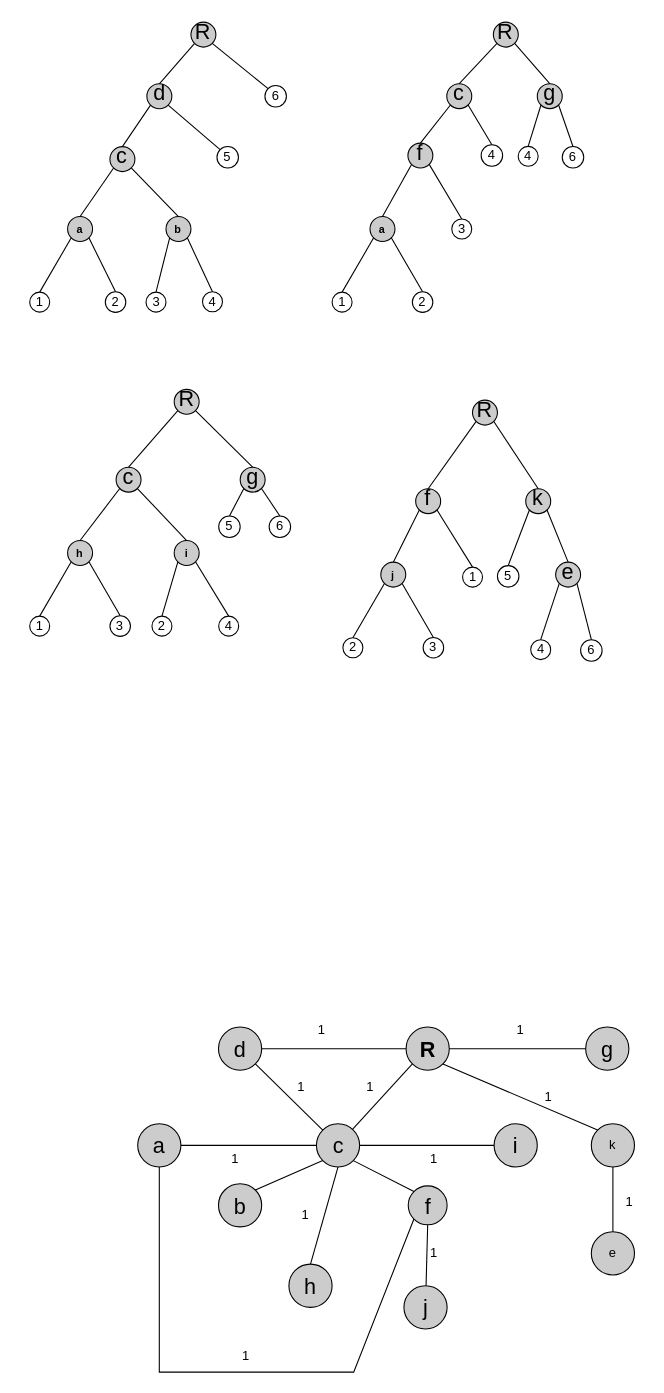
tahiri-lab/PrismTree keeps this draw.io diagram as img/Fig5.drawio. Above is the earlier version. Source tidied: cells renumbered, new cells numbered last; positions are measured from the earlier drawing's top-left corner, leaving out a move shared by most shapes. Both pictures are drawn from the tidied source at 108%, with x=0, y=0 at pixel (29, 22).
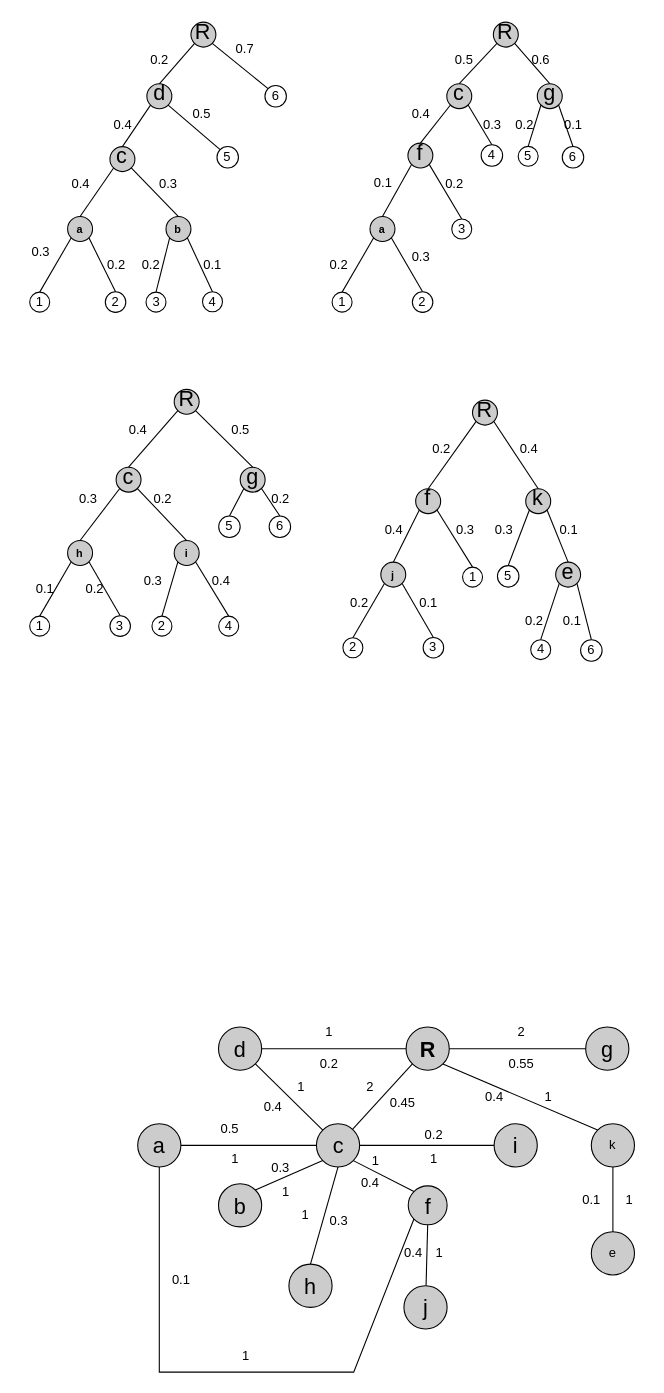
Above is the later version.

Unchanged cells that the change refers to:
```xml
<mxCell id="2" style="group;" parent="1" vertex="1">
  <mxGeometry width="240" height="270.3" as="geometry" />
</mxCell>
<mxCell id="68" style="group;" parent="1" vertex="1">
  <mxGeometry x="290" y="320" width="240" height="270.3" as="geometry" />
</mxCell>
```

Change to the diagram source:
```diff
@@
+    <mxCell id="126" value="0.3" style="text;html=1;align=center;verticalAlign=middle;strokeColor=none;fillColor=none;" parent="2" vertex="1">
+      <mxGeometry x="107.7" y="135.2" width="40" height="30" as="geometry" />
+    </mxCell>
+    <mxCell id="127" value="0.2" style="text;html=1;align=center;verticalAlign=middle;strokeColor=none;fillColor=none;" parent="2" vertex="1">
+      <mxGeometry x="59.5" y="210" width="40" height="30" as="geometry" />
+    </mxCell>
+    <mxCell id="128" value="0.2" style="text;html=1;align=center;verticalAlign=middle;strokeColor=none;fillColor=none;" parent="2" vertex="1">
+      <mxGeometry x="91.5" y="210" width="40" height="30" as="geometry" />
+    </mxCell>
+    <mxCell id="129" value="0.2" style="text;html=1;align=center;verticalAlign=middle;strokeColor=none;fillColor=none;" parent="2" vertex="1">
+      <mxGeometry x="100" y="20" width="40" height="30" as="geometry" />
+    </mxCell>
+    <mxCell id="130" value="0.4" style="text;html=1;align=center;verticalAlign=middle;strokeColor=none;fillColor=none;" parent="2" vertex="1">
+      <mxGeometry x="26.6" y="135.2" width="40" height="30" as="geometry" />
+    </mxCell>
+    <mxCell id="131" value="0.4" style="text;html=1;align=center;verticalAlign=middle;strokeColor=none;fillColor=none;" parent="2" vertex="1">
+      <mxGeometry x="65.8" y="80" width="40" height="30" as="geometry" />
+    </mxCell>
+    <mxCell id="132" value="0.5" style="text;html=1;align=center;verticalAlign=middle;strokeColor=none;fillColor=none;" parent="2" vertex="1">
+      <mxGeometry x="138.5" y="70" width="40" height="30" as="geometry" />
+    </mxCell>
+    <mxCell id="133" value="0.7" style="text;html=1;align=center;verticalAlign=middle;strokeColor=none;fillColor=none;" parent="2" vertex="1">
+      <mxGeometry x="178.5" y="10" width="40" height="30" as="geometry" />
+    </mxCell>
+    <mxCell id="134" value="0.1" style="text;html=1;align=center;verticalAlign=middle;strokeColor=none;fillColor=none;" parent="2" vertex="1">
+      <mxGeometry x="149.2" y="210" width="40" height="30" as="geometry" />
+    </mxCell>
     <mxCell id="24" style="group;" parent="1" vertex="1">
-      <mxGeometry x="280" width="240" height="270.3" as="geometry" />
+      <mxGeometry x="280" width="243" height="270.3" as="geometry" />
     </mxCell>
@@
-    <mxCell id="28" value="4" style="ellipse;whiteSpace=wrap;html=1;fontSize=12;" parent="24" vertex="1">
+    <mxCell id="28" value="5" style="ellipse;whiteSpace=wrap;html=1;fontSize=12;" parent="24" vertex="1">
       <mxGeometry x="172.3" y="115" width="18.5" height="18.5" as="geometry" />
     </mxCell>
@@
+    <mxCell id="135" value="0.3" style="text;html=1;align=center;verticalAlign=middle;strokeColor=none;fillColor=none;" parent="24" vertex="1">
+      <mxGeometry x="61.7" y="203.1" width="40" height="30" as="geometry" />
+    </mxCell>
+    <mxCell id="136" value="0.3" style="text;html=1;align=center;verticalAlign=middle;strokeColor=none;fillColor=none;" parent="24" vertex="1">
+      <mxGeometry x="128" y="80" width="40" height="30" as="geometry" />
+    </mxCell>
+    <mxCell id="137" value="0.2" style="text;html=1;align=center;verticalAlign=middle;strokeColor=none;fillColor=none;" parent="24" vertex="1">
+      <mxGeometry x="93.3" y="135" width="40" height="30" as="geometry" />
+    </mxCell>
+    <mxCell id="138" value="0.2" style="text;html=1;align=center;verticalAlign=middle;strokeColor=none;fillColor=none;" parent="24" vertex="1">
+      <mxGeometry x="157.9" y="80" width="40" height="30" as="geometry" />
+    </mxCell>
+    <mxCell id="139" value="0.4" style="text;html=1;align=center;verticalAlign=middle;strokeColor=none;fillColor=none;" parent="24" vertex="1">
+      <mxGeometry x="61.7" y="70" width="40" height="30" as="geometry" />
+    </mxCell>
+    <mxCell id="140" value="0.5" style="text;html=1;align=center;verticalAlign=middle;strokeColor=none;fillColor=none;" parent="24" vertex="1">
+      <mxGeometry x="101.7" y="20" width="40" height="30" as="geometry" />
+    </mxCell>
+    <mxCell id="141" value="0.6" style="text;html=1;align=center;verticalAlign=middle;strokeColor=none;fillColor=none;" parent="24" vertex="1">
+      <mxGeometry x="173.1" y="20" width="40" height="30" as="geometry" />
+    </mxCell>
+    <mxCell id="142" value="0.1" style="text;html=1;align=center;verticalAlign=middle;strokeColor=none;fillColor=none;" parent="24" vertex="1">
+      <mxGeometry x="26.6" y="133.5" width="40" height="30" as="geometry" />
+    </mxCell>
+    <mxCell id="143" value="0.1" style="text;html=1;align=center;verticalAlign=middle;strokeColor=none;fillColor=none;" parent="24" vertex="1">
+      <mxGeometry x="203" y="80" width="40" height="30" as="geometry" />
+    </mxCell>
     <mxCell id="46" style="group;" parent="1" vertex="1">
-      <mxGeometry y="300" width="240" height="270.3" as="geometry" />
+      <mxGeometry y="300" width="251.7" height="270.3" as="geometry" />
     </mxCell>
@@
+    <mxCell id="144" value="0.3" style="text;html=1;align=center;verticalAlign=middle;strokeColor=none;fillColor=none;" parent="46" vertex="1">
+      <mxGeometry x="34.3" y="127.3" width="40" height="30" as="geometry" />
+    </mxCell>
+    <mxCell id="145" value="0.3" style="text;html=1;align=center;verticalAlign=middle;strokeColor=none;fillColor=none;" parent="46" vertex="1">
+      <mxGeometry x="93.8" y="203.1" width="40" height="30" as="geometry" />
+    </mxCell>
+    <mxCell id="146" value="0.2" style="text;html=1;align=center;verticalAlign=middle;strokeColor=none;fillColor=none;" parent="46" vertex="1">
+      <mxGeometry x="40" y="210" width="40" height="30" as="geometry" />
+    </mxCell>
+    <mxCell id="147" value="0.2" style="text;html=1;align=center;verticalAlign=middle;strokeColor=none;fillColor=none;" parent="46" vertex="1">
+      <mxGeometry x="103.1" y="127.3" width="40" height="30" as="geometry" />
+    </mxCell>
+    <mxCell id="148" value="0.2" style="text;html=1;align=center;verticalAlign=middle;strokeColor=none;fillColor=none;" parent="46" vertex="1">
+      <mxGeometry x="211.7" y="127.3" width="40" height="30" as="geometry" />
+    </mxCell>
+    <mxCell id="149" value="0.1" style="text;html=1;align=center;verticalAlign=middle;strokeColor=none;fillColor=none;" parent="46" vertex="1">
+      <mxGeometry x="-5.7" y="210" width="40" height="30" as="geometry" />
+    </mxCell>
+    <mxCell id="150" value="0.4" style="text;html=1;align=center;verticalAlign=middle;strokeColor=none;fillColor=none;" parent="46" vertex="1">
+      <mxGeometry x="156.9" y="203.1" width="40" height="30" as="geometry" />
+    </mxCell>
+    <mxCell id="151" value="0.4" style="text;html=1;align=center;verticalAlign=middle;strokeColor=none;fillColor=none;" parent="46" vertex="1">
+      <mxGeometry x="80" y="63.1" width="40" height="30" as="geometry" />
+    </mxCell>
+    <mxCell id="152" value="0.5" style="text;html=1;align=center;verticalAlign=middle;strokeColor=none;fillColor=none;" parent="46" vertex="1">
+      <mxGeometry x="175" y="63.1" width="40" height="30" as="geometry" />
+    </mxCell>
@@
+    <mxCell id="153" value="0.3" style="text;html=1;align=center;verticalAlign=middle;strokeColor=none;fillColor=none;" parent="68" vertex="1">
+      <mxGeometry x="129.2" y="135" width="40" height="30" as="geometry" />
+    </mxCell>
+    <mxCell id="154" value="0.3" style="text;html=1;align=center;verticalAlign=middle;strokeColor=none;fillColor=none;" parent="68" vertex="1">
+      <mxGeometry x="93.3" y="135" width="40" height="30" as="geometry" />
+    </mxCell>
+    <mxCell id="155" value="0.2" style="text;html=1;align=center;verticalAlign=middle;strokeColor=none;fillColor=none;" parent="68" vertex="1">
+      <mxGeometry x="-4.9" y="203.1" width="40" height="30" as="geometry" />
+    </mxCell>
+    <mxCell id="156" value="0.2" style="text;html=1;align=center;verticalAlign=middle;strokeColor=none;fillColor=none;" parent="68" vertex="1">
+      <mxGeometry x="70.8" y="60" width="40" height="30" as="geometry" />
+    </mxCell>
+    <mxCell id="157" value="0.2" style="text;html=1;align=center;verticalAlign=middle;strokeColor=none;fillColor=none;" parent="68" vertex="1">
+      <mxGeometry x="157" y="219.7" width="40" height="30" as="geometry" />
+    </mxCell>
+    <mxCell id="158" value="0.1" style="text;html=1;align=center;verticalAlign=middle;strokeColor=none;fillColor=none;" parent="68" vertex="1">
+      <mxGeometry x="192.4" y="219.7" width="40" height="30" as="geometry" />
+    </mxCell>
+    <mxCell id="159" value="0.1" style="text;html=1;align=center;verticalAlign=middle;strokeColor=none;fillColor=none;" parent="68" vertex="1">
+      <mxGeometry x="58.9" y="203.1" width="40" height="30" as="geometry" />
+    </mxCell>
+    <mxCell id="160" value="0.4" style="text;html=1;align=center;verticalAlign=middle;strokeColor=none;fillColor=none;" parent="68" vertex="1">
+      <mxGeometry x="27.4" y="135" width="40" height="30" as="geometry" />
+    </mxCell>
+    <mxCell id="161" value="0.4" style="text;html=1;align=center;verticalAlign=middle;strokeColor=none;fillColor=none;" parent="68" vertex="1">
+      <mxGeometry x="152.4" y="60" width="40" height="30" as="geometry" />
+    </mxCell>
+    <mxCell id="162" value="0.1" style="text;html=1;align=center;verticalAlign=middle;strokeColor=none;fillColor=none;" parent="68" vertex="1">
+      <mxGeometry x="188.5" y="135" width="40" height="30" as="geometry" />
+    </mxCell>
@@
     <mxCell id="113" value="1" style="text;html=1;align=center;verticalAlign=middle;strokeColor=none;fillColor=none;" parent="1" vertex="1">
-      <mxGeometry x="255" y="918" width="30" height="30" as="geometry" />
+      <mxGeometry x="261.7" y="920" width="30" height="30" as="geometry" />
     </mxCell>
@@
     <mxCell id="118" value="1" style="text;html=1;align=center;verticalAlign=middle;strokeColor=none;fillColor=none;" parent="1" vertex="1">
-      <mxGeometry x="540" y="1077.5" width="30" height="30" as="geometry" />
+      <mxGeometry x="540" y="1075.5" width="30" height="30" as="geometry" />
     </mxCell>
     <mxCell id="119" value="1" style="text;html=1;align=center;verticalAlign=middle;strokeColor=none;fillColor=none;" parent="1" vertex="1">
-      <mxGeometry x="358.5" y="1125" width="30" height="30" as="geometry" />
+      <mxGeometry x="363.5" y="1125" width="30" height="30" as="geometry" />
     </mxCell>
@@
-    <mxCell id="122" value="1" style="text;html=1;align=center;verticalAlign=middle;strokeColor=none;fillColor=none;" parent="1" vertex="1">
-      <mxGeometry x="438.8" y="918" width="30" height="30" as="geometry" />
+    <mxCell id="122" value="2" style="text;html=1;align=center;verticalAlign=middle;strokeColor=none;fillColor=none;" parent="1" vertex="1">
+      <mxGeometry x="440" y="920" width="30" height="30" as="geometry" />
     </mxCell>
@@
-    <mxCell id="125" value="1" style="text;html=1;align=center;verticalAlign=middle;strokeColor=none;fillColor=none;" parent="1" vertex="1">
+    <mxCell id="125" value="2" style="text;html=1;align=center;verticalAlign=middle;strokeColor=none;fillColor=none;" parent="1" vertex="1">
       <mxGeometry x="300" y="970.5" width="30" height="30" as="geometry" />
     </mxCell>
+    <mxCell id="163" value="0.3" style="text;html=1;align=center;verticalAlign=middle;strokeColor=none;fillColor=none;" parent="1" vertex="1">
+      <mxGeometry x="-10" y="198" width="40" height="30" as="geometry" />
+    </mxCell>
+    <mxCell id="164" value="0.2" style="text;html=1;align=center;verticalAlign=middle;strokeColor=none;fillColor=none;" parent="1" vertex="1">
+      <mxGeometry x="265.5" y="210" width="40" height="30" as="geometry" />
+    </mxCell>
+    <mxCell id="165" value="0.4" style="text;html=1;align=center;verticalAlign=middle;strokeColor=none;fillColor=none;" parent="1" vertex="1">
+      <mxGeometry x="204.7" y="990" width="40" height="30" as="geometry" />
+    </mxCell>
+    <mxCell id="166" value="0.5" style="text;html=1;align=center;verticalAlign=middle;strokeColor=none;fillColor=none;" parent="1" vertex="1">
+      <mxGeometry x="164.7" y="1010" width="40" height="30" as="geometry" />
+    </mxCell>
+    <mxCell id="167" value="0.3" style="text;html=1;align=center;verticalAlign=middle;strokeColor=none;fillColor=none;" parent="1" vertex="1">
+      <mxGeometry x="211.7" y="1045.5" width="40" height="30" as="geometry" />
+    </mxCell>
+    <mxCell id="168" value="0.4" style="text;html=1;align=center;verticalAlign=middle;strokeColor=none;fillColor=none;" parent="1" vertex="1">
+      <mxGeometry x="295" y="1060" width="40" height="30" as="geometry" />
+    </mxCell>
+    <mxCell id="169" value="0.3" style="text;html=1;align=center;verticalAlign=middle;strokeColor=none;fillColor=none;" parent="1" vertex="1">
+      <mxGeometry x="265.5" y="1095" width="40" height="30" as="geometry" />
+    </mxCell>
+    <mxCell id="170" value="0.4" style="text;html=1;align=center;verticalAlign=middle;strokeColor=none;fillColor=none;" parent="1" vertex="1">
+      <mxGeometry x="335" y="1125" width="40" height="30" as="geometry" />
+    </mxCell>
+    <mxCell id="171" value="0.1" style="text;html=1;align=center;verticalAlign=middle;strokeColor=none;fillColor=none;" parent="1" vertex="1">
+      <mxGeometry x="120" y="1150" width="40" height="30" as="geometry" />
+    </mxCell>
+    <mxCell id="172" value="0.2" style="text;html=1;align=center;verticalAlign=middle;strokeColor=none;fillColor=none;" parent="1" vertex="1">
+      <mxGeometry x="353.5" y="1015.5" width="40" height="30" as="geometry" />
+    </mxCell>
+    <mxCell id="173" value="0.4" style="text;html=1;align=center;verticalAlign=middle;strokeColor=none;fillColor=none;" parent="1" vertex="1">
+      <mxGeometry x="410" y="980" width="40" height="30" as="geometry" />
+    </mxCell>
+    <mxCell id="174" value="0.1" style="text;html=1;align=center;verticalAlign=middle;strokeColor=none;fillColor=none;" parent="1" vertex="1">
+      <mxGeometry x="500" y="1075.5" width="40" height="30" as="geometry" />
+    </mxCell>
+    <mxCell id="175" value="0.45" style="text;html=1;align=center;verticalAlign=middle;strokeColor=none;fillColor=none;" parent="1" vertex="1">
+      <mxGeometry x="320" y="985.5" width="50" height="30" as="geometry" />
+    </mxCell>
+    <mxCell id="176" value="0.55" style="text;html=1;align=center;verticalAlign=middle;strokeColor=none;fillColor=none;" parent="1" vertex="1">
+      <mxGeometry x="430" y="950" width="50" height="30" as="geometry" />
+    </mxCell>
+    <mxCell id="177" value="1" style="text;html=1;align=center;verticalAlign=middle;strokeColor=none;fillColor=none;" parent="1" vertex="1">
+      <mxGeometry x="305" y="1040" width="30" height="30" as="geometry" />
+    </mxCell>
+    <mxCell id="178" value="1" style="text;html=1;align=center;verticalAlign=middle;strokeColor=none;fillColor=none;" parent="1" vertex="1">
+      <mxGeometry x="221.7" y="1068" width="30" height="30" as="geometry" />
+    </mxCell>
+    <mxCell id="179" value="0.2" style="text;html=1;align=center;verticalAlign=middle;strokeColor=none;fillColor=none;" parent="1" vertex="1">
+      <mxGeometry x="256.7" y="950" width="40" height="30" as="geometry" />
+    </mxCell>
```
